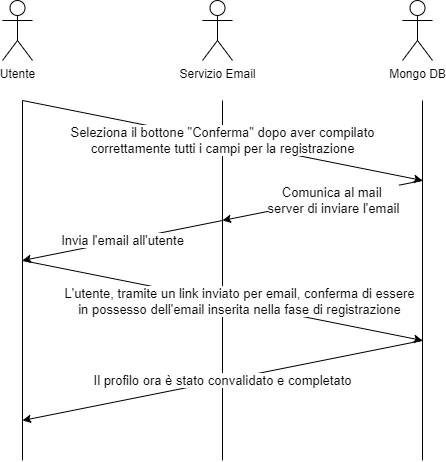
This is Png Diagrammi RF/Requisiti-Schema RF 5 + 6.png from ski-online/Documents, a draw.io export, as it was before one commit. Source tidied: cells renumbered, new cells last; positions are measured from the earlier drawing's top-left corner, leaving out a move shared by most shapes.
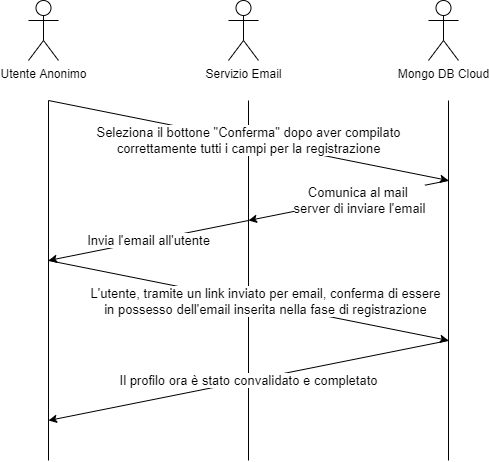
The same diagram one commit later.

What changed in the source:
```diff
@@ -20,13 +20,13 @@
         <mxPoint x="420" y="100" as="targetPoint" />
       </mxGeometry>
     </mxCell>
-    <mxCell id="5" value="Utente" style="shape=umlActor;verticalLabelPosition=bottom;verticalAlign=top;html=1;" parent="1" vertex="1">
+    <mxCell id="5" value="Utente Anonimo" style="shape=umlActor;verticalLabelPosition=bottom;verticalAlign=top;html=1;" parent="1" vertex="1">
       <mxGeometry width="30" height="60" as="geometry" />
     </mxCell>
     <mxCell id="6" value="Servizio Email" style="shape=umlActor;verticalLabelPosition=bottom;verticalAlign=top;html=1;" parent="1" vertex="1">
       <mxGeometry x="200" width="30" height="60" as="geometry" />
     </mxCell>
-    <mxCell id="7" value="Mongo DB" style="shape=umlActor;verticalLabelPosition=bottom;verticalAlign=top;html=1;" parent="1" vertex="1">
+    <mxCell id="7" value="Mongo DB Cloud" style="shape=umlActor;verticalLabelPosition=bottom;verticalAlign=top;html=1;" parent="1" vertex="1">
       <mxGeometry x="400" width="30" height="60" as="geometry" />
     </mxCell>
     <mxCell id="8" value="&lt;font style=&quot;font-size: 13px;&quot;&gt;Seleziona il bottone &quot;Conferma&quot; dopo aver compilato&lt;br&gt;correttamente tutti i campi per la registrazione&lt;br&gt;&lt;/font&gt;" style="endArrow=classic;html=1;rounded=0;fixDash=0;fontSize=13;" parent="1" edge="1">
```
